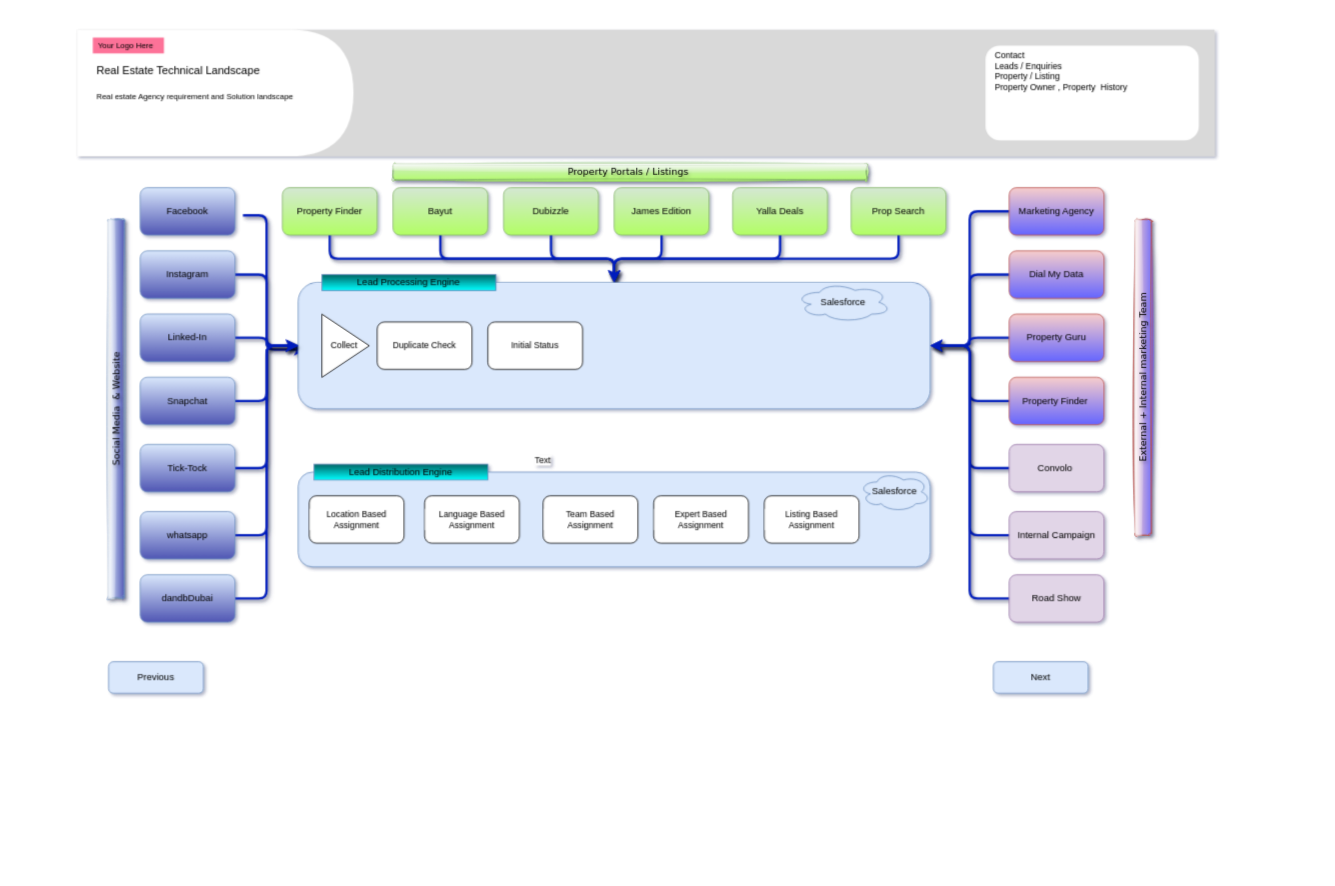
This is page "Overall Architecture" (10 of 22) of Real Estate Business.drawio from ybbhosale2023/Propertybase, a draw.io file, before an edit. Source tidied: cells renumbered, new cells numbered last; positions are measured from the earlier drawing's top-left corner, leaving out a move shared by most shapes. Both pictures are drawn from the tidied source at 79%, with x=0, y=0 at pixel (-73, 29).
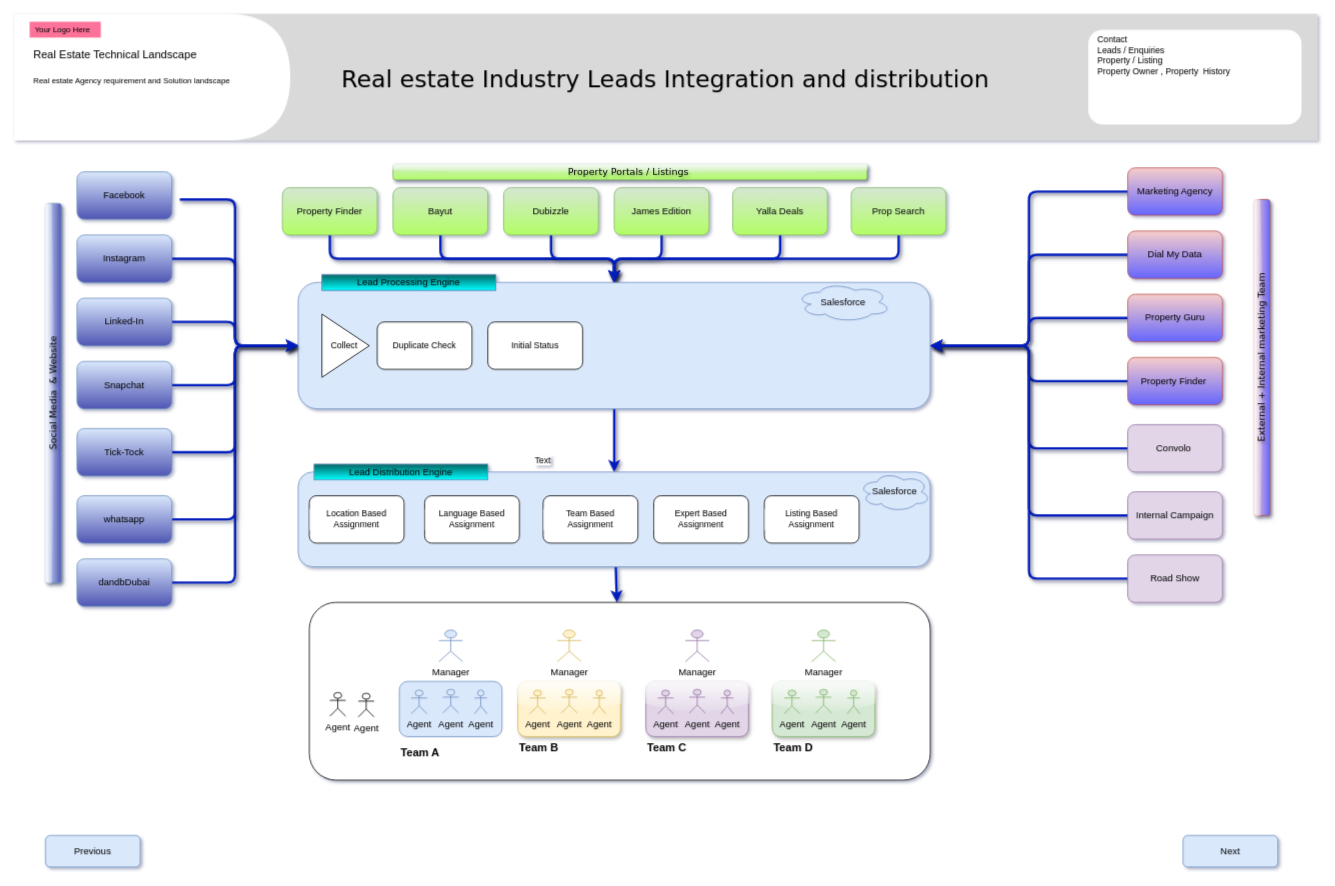
Above is the later version.

The change refers to these unchanged cells:
```xml
<mxCell id="39" style="rounded=1;whiteSpace=wrap;html=1;fillColor=#dae8fc;strokeColor=#6c8ebf;" parent="1" vertex="1">
  <mxGeometry x="470" y="320" width="800" height="160" as="geometry" />
</mxCell>
<mxCell id="40" style="rounded=1;whiteSpace=wrap;html=1;fillColor=#dae8fc;strokeColor=#6c8ebf;" parent="1" vertex="1">
  <mxGeometry x="470" y="560" width="800" height="120" as="geometry" />
</mxCell>
```

The edit, as a diff of the source:
```diff
@@
-    <mxCell id="2" style="strokeColor=none;fillColor=#d9d9d9;" parent="1" vertex="1">
-      <mxGeometry x="190" width="1440" height="160" as="geometry" />
+    <mxCell id="2" value="Real estate Industry Leads Integration and distribution" style="strokeColor=none;fillColor=#d9d9d9;fontFamily=Verdana;verticalAlign=middle;fontSize=30;" parent="1" vertex="1">
+      <mxGeometry x="110" y="-20" width="1650" height="160" as="geometry" />
     </mxCell>
@@
-    <mxCell id="7" style="edgeStyle=orthogonalEdgeStyle;rounded=1;orthogonalLoop=1;jettySize=auto;html=1;entryX=0;entryY=0.5;entryDx=0;entryDy=0;curved=0;strokeWidth=3;fillColor=#0050ef;strokeColor=#001DBC;flowAnimation=1;shadow=1;" parent="1" edge="1">
+    <mxCell id="7" style="edgeStyle=orthogonalEdgeStyle;rounded=1;jettySize=auto;html=1;entryX=0;entryY=0.5;entryDx=0;entryDy=0;curved=0;strokeWidth=3;fillColor=#0050ef;strokeColor=#001DBC;flowAnimation=1;shadow=1;" parent="1" edge="1" target="39">
       <mxGeometry relative="1" as="geometry">
-        <mxPoint x="400" y="235" as="sourcePoint" />
-        <mxPoint x="480" y="405" as="targetPoint" />
+        <mxPoint x="320" y="215" as="sourcePoint" />
         <Array as="points">
-          <mxPoint x="430" y="235" />
-          <mxPoint x="430" y="405" />
+          <mxPoint x="390" y="215" />
+          <mxPoint x="390" y="400" />
         </Array>
       </mxGeometry>
     </mxCell>
     <mxCell id="8" value="Facebook" style="rounded=1;whiteSpace=wrap;html=1;fillColor=#dae8fc;strokeColor=#6c8ebf;gradientColor=#5057b4;" parent="1" vertex="1">
-      <mxGeometry x="270" y="200" width="120" height="60" as="geometry" />
+      <mxGeometry x="190" y="180" width="120" height="60" as="geometry" />
     </mxCell>
@@
     <mxCell id="10" value="Instagram" style="rounded=1;whiteSpace=wrap;html=1;fillColor=#dae8fc;strokeColor=#6c8ebf;gradientColor=#5057b4;" parent="1" vertex="1">
-      <mxGeometry x="270" y="280" width="120" height="60" as="geometry" />
+      <mxGeometry x="190" y="260" width="120" height="60" as="geometry" />
     </mxCell>
-    <mxCell id="11" style="edgeStyle=orthogonalEdgeStyle;shape=connector;curved=0;rounded=1;jettySize=auto;html=1;shadow=1;strokeColor=#001DBC;strokeWidth=3;align=center;verticalAlign=middle;fontFamily=Helvetica;fontSize=11;fontColor=default;labelBackgroundColor=default;endArrow=classic;flowAnimation=1;fillColor=#0050ef;" parent="1" edge="1" source="12">
+    <mxCell id="11" style="edgeStyle=orthogonalEdgeStyle;shape=connector;curved=0;rounded=1;jettySize=auto;html=1;shadow=1;strokeColor=#001DBC;strokeWidth=3;align=center;verticalAlign=middle;fontFamily=Helvetica;fontSize=11;fontColor=default;labelBackgroundColor=default;endArrow=classic;flowAnimation=1;fillColor=#0050ef;entryX=0;entryY=0.5;entryDx=0;entryDy=0;" parent="1" edge="1" source="12" target="39">
       <mxGeometry relative="1" as="geometry">
-        <mxPoint x="470" y="400" as="targetPoint" />
+        <Array as="points">
+          <mxPoint x="390" y="370" />
+          <mxPoint x="390" y="400" />
+        </Array>
       </mxGeometry>
     </mxCell>
     <mxCell id="12" value="Linked-In" style="rounded=1;whiteSpace=wrap;html=1;fillColor=#dae8fc;strokeColor=#6c8ebf;gradientColor=#5057b4;" parent="1" vertex="1">
-      <mxGeometry x="270" y="360" width="120" height="60" as="geometry" />
+      <mxGeometry x="190" y="340" width="120" height="60" as="geometry" />
     </mxCell>
@@
     <mxCell id="14" value="Snapchat" style="rounded=1;whiteSpace=wrap;html=1;fillColor=#dae8fc;strokeColor=#6c8ebf;gradientColor=#5057b4;" parent="1" vertex="1">
-      <mxGeometry x="270" y="440" width="120" height="60" as="geometry" />
+      <mxGeometry x="190" y="420" width="120" height="60" as="geometry" />
     </mxCell>
@@
     <mxCell id="16" value="Tick-Tock" style="rounded=1;whiteSpace=wrap;html=1;fillColor=#dae8fc;strokeColor=#6c8ebf;gradientColor=#5057b4;" parent="1" vertex="1">
-      <mxGeometry x="270" y="525" width="120" height="60" as="geometry" />
+      <mxGeometry x="190" y="505" width="120" height="60" as="geometry" />
     </mxCell>
@@
     <mxCell id="30" value="Marketing Agency" style="rounded=1;whiteSpace=wrap;html=1;fillColor=#f8cecc;strokeColor=#b85450;gradientColor=#6666FF;" parent="1" vertex="1">
-      <mxGeometry x="1370" y="200" width="120" height="60" as="geometry" />
+      <mxGeometry x="1520" y="175" width="120" height="60" as="geometry" />
     </mxCell>
@@
     <mxCell id="32" value="Dial My Data" style="rounded=1;whiteSpace=wrap;html=1;fillColor=#f8cecc;strokeColor=#b85450;gradientColor=#6666FF;" parent="1" vertex="1">
-      <mxGeometry x="1370" y="280" width="120" height="60" as="geometry" />
+      <mxGeometry x="1520" y="255" width="120" height="60" as="geometry" />
     </mxCell>
@@
     <mxCell id="34" value="Property Guru" style="rounded=1;whiteSpace=wrap;html=1;fillColor=#f8cecc;strokeColor=#b85450;gradientColor=#6666FF;" parent="1" vertex="1">
-      <mxGeometry x="1370" y="360" width="120" height="60" as="geometry" />
+      <mxGeometry x="1520" y="335" width="120" height="60" as="geometry" />
     </mxCell>
@@
     <mxCell id="36" value="Property Finder&amp;nbsp;" style="rounded=1;whiteSpace=wrap;html=1;fillColor=#f8cecc;strokeColor=#b85450;gradientColor=#6666FF;" parent="1" vertex="1">
-      <mxGeometry x="1370" y="440" width="120" height="60" as="geometry" />
+      <mxGeometry x="1520" y="415" width="120" height="60" as="geometry" />
     </mxCell>
@@
     <mxCell id="38" value="Convolo&amp;nbsp;" style="rounded=1;whiteSpace=wrap;html=1;fillColor=#e1d5e7;strokeColor=#9673a6;" parent="1" vertex="1">
-      <mxGeometry x="1370" y="525" width="120" height="60" as="geometry" />
+      <mxGeometry x="1520" y="500" width="120" height="60" as="geometry" />
     </mxCell>
+    <mxCell id="68" style="edgeStyle=orthogonalEdgeStyle;rounded=1;jettySize=auto;html=1;entryX=0.5;entryY=0;entryDx=0;entryDy=0;shadow=1;strokeColor=#001DBC;strokeWidth=3;align=center;verticalAlign=middle;fontFamily=Helvetica;fontSize=11;fontColor=default;labelBackgroundColor=default;endArrow=classic;flowAnimation=1;curved=0;fillColor=#0050ef;" parent="1" edge="1" source="39" target="40">
+      <mxGeometry relative="1" as="geometry" />
+    </mxCell>
@@
+    <mxCell id="69" style="rounded=1;jettySize=auto;html=1;shadow=1;strokeColor=#001DBC;strokeWidth=3;align=center;verticalAlign=middle;fontFamily=Helvetica;fontSize=11;fontColor=default;labelBackgroundColor=default;endArrow=classic;flowAnimation=1;fillColor=#0050ef;" parent="1" edge="1" source="40" target="70">
+      <mxGeometry relative="1" as="geometry" />
+    </mxCell>
@@
     <mxCell id="47" value="Internal Campaign" style="rounded=1;whiteSpace=wrap;html=1;fillColor=#e1d5e7;strokeColor=#9673a6;" parent="1" vertex="1">
-      <mxGeometry x="1370" y="610" width="120" height="60" as="geometry" />
+      <mxGeometry x="1520" y="585" width="120" height="60" as="geometry" />
     </mxCell>
@@
     <mxCell id="49" value="whatsapp" style="rounded=1;whiteSpace=wrap;html=1;fillColor=#dae8fc;strokeColor=#6c8ebf;gradientColor=#5057b4;" parent="1" vertex="1">
-      <mxGeometry x="270" y="610" width="120" height="60" as="geometry" />
+      <mxGeometry x="190" y="590" width="120" height="60" as="geometry" />
     </mxCell>
@@
     <mxCell id="51" value="dandbDubai" style="rounded=1;whiteSpace=wrap;html=1;fillColor=#dae8fc;strokeColor=#6c8ebf;gradientColor=#5057b4;" parent="1" vertex="1">
-      <mxGeometry x="270" y="690" width="120" height="60" as="geometry" />
+      <mxGeometry x="190" y="670" width="120" height="60" as="geometry" />
     </mxCell>
@@
     <mxCell id="53" value="Road Show" style="rounded=1;whiteSpace=wrap;html=1;fillColor=#e1d5e7;strokeColor=#9673a6;" parent="1" vertex="1">
-      <mxGeometry x="1370" y="690" width="120" height="60" as="geometry" />
+      <mxGeometry x="1520" y="665" width="120" height="60" as="geometry" />
     </mxCell>
@@
-    <mxCell id="55" value="Social Media&amp;nbsp; &amp;amp; Website" style="rounded=1;whiteSpace=wrap;html=1;fillColor=#dae8fc;strokeColor=#6c8ebf;gradientColor=#5057b4;sketch=1;curveFitting=1;jiggle=2;shadow=1;glass=1;rotation=-90;textShadow=1;labelBorderColor=none;fontFamily=Verdana;" parent="1" vertex="1">
-      <mxGeometry y="470" width="480" height="20" as="geometry" />
+    <mxCell id="55" value="Social Media&amp;nbsp; &amp;amp; Website" style="rounded=1;whiteSpace=wrap;html=1;fillColor=#dae8fc;strokeColor=#6c8ebf;gradientColor=#5057b4;shadow=1;glass=1;rotation=-90;textShadow=1;labelBorderColor=none;fontFamily=Verdana;" parent="1" vertex="1">
+      <mxGeometry x="-80" y="450" width="480" height="20" as="geometry" />
     </mxCell>
-    <mxCell id="56" value="Property Portals / Listings&amp;nbsp;" style="rounded=1;whiteSpace=wrap;html=1;fillColor=#d5e8d4;strokeColor=#82b366;gradientColor=#B3FF66;textShadow=1;labelBorderColor=none;fontFamily=Verdana;glass=1;sketch=1;curveFitting=1;jiggle=2;shadow=1;" parent="1" vertex="1">
+    <mxCell id="56" value="Property Portals / Listings&amp;nbsp;" style="rounded=1;whiteSpace=wrap;html=1;fillColor=#d5e8d4;strokeColor=#82b366;gradientColor=#B3FF66;textShadow=1;labelBorderColor=none;fontFamily=Verdana;glass=1;shadow=1;" parent="1" vertex="1">
       <mxGeometry x="590" y="170" width="600" height="20" as="geometry" />
     </mxCell>
-    <mxCell id="57" value="External + Internal marketing Team" style="rounded=1;whiteSpace=wrap;html=1;fillColor=#f8cecc;strokeColor=#b85450;gradientColor=#6666FF;rotation=-90;textShadow=1;labelBorderColor=none;fontFamily=Verdana;glass=1;sketch=1;curveFitting=1;jiggle=2;shadow=1;" parent="1" vertex="1">
-      <mxGeometry x="1340" y="430" width="400" height="20" as="geometry" />
+    <mxCell id="57" value="External + Internal marketing Team" style="rounded=1;whiteSpace=wrap;html=1;fillColor=#f8cecc;strokeColor=#b85450;gradientColor=#6666FF;rotation=-90;textShadow=1;labelBorderColor=none;fontFamily=Verdana;glass=1;shadow=1;" parent="1" vertex="1">
+      <mxGeometry x="1490" y="405" width="400" height="20" as="geometry" />
     </mxCell>
@@
     <mxCell id="66" value="Next" style="rounded=1;whiteSpace=wrap;html=1;fillColor=#dae8fc;strokeColor=#6c8ebf;" parent="1" vertex="1">
-      <mxGeometry x="1350" y="800" width="120" height="40" as="geometry" />
+      <mxGeometry x="1590" y="1020" width="120" height="40" as="geometry" />
     </mxCell>
     <mxCell id="67" value="Previous" style="rounded=1;whiteSpace=wrap;html=1;fillColor=#dae8fc;strokeColor=#6c8ebf;" parent="1" vertex="1">
-      <mxGeometry x="230" y="800" width="120" height="40" as="geometry" />
+      <mxGeometry x="150" y="1020" width="120" height="40" as="geometry" />
     </mxCell>
+    <mxCell id="70" style="rounded=1;whiteSpace=wrap;html=1;" parent="1" vertex="1">
+      <mxGeometry x="484" y="725" width="786" height="225" as="geometry" />
+    </mxCell>
+    <mxCell id="71" value="Manager" style="shape=umlActor;verticalLabelPosition=bottom;verticalAlign=top;html=1;fillColor=#dae8fc;strokeColor=#6c8ebf;flipH=1;" parent="1" vertex="1">
+      <mxGeometry x="648" y="760" width="30" height="40" as="geometry" />
+    </mxCell>
+    <mxCell id="72" value="Agent" style="shape=umlActor;verticalLabelPosition=bottom;verticalAlign=top;html=1;" parent="1" vertex="1">
+      <mxGeometry x="510" y="839" width="20" height="30" as="geometry" />
+    </mxCell>
+    <mxCell id="73" value="Agent" style="shape=umlActor;verticalLabelPosition=bottom;verticalAlign=top;html=1;" parent="1" vertex="1">
+      <mxGeometry x="546" y="840" width="20" height="30" as="geometry" />
+    </mxCell>
+    <mxCell id="74" value="&lt;h2 style=&quot;text-align: justify;&quot;&gt;&lt;br&gt;&lt;/h2&gt;&lt;h2 style=&quot;text-align: justify;&quot;&gt;&lt;br&gt;&lt;/h2&gt;&lt;h2 style=&quot;text-align: justify;&quot;&gt;&lt;br&gt;&lt;/h2&gt;&lt;h3 style=&quot;text-align: justify;&quot;&gt;Team A&lt;/h3&gt;" style="rounded=1;whiteSpace=wrap;html=1;align=left;fillColor=#dae8fc;strokeColor=#6c8ebf;" parent="1" vertex="1">
+      <mxGeometry x="598" y="825" width="130" height="70" as="geometry" />
+    </mxCell>
+    <mxCell id="75" value="Agent" style="shape=umlActor;verticalLabelPosition=bottom;verticalAlign=top;html=1;fillColor=#dae8fc;strokeColor=#6c8ebf;" parent="1" vertex="1">
+      <mxGeometry x="613" y="836" width="20" height="30" as="geometry" />
+    </mxCell>
+    <mxCell id="76" value="Agent" style="shape=umlActor;verticalLabelPosition=bottom;verticalAlign=top;html=1;fillColor=#dae8fc;strokeColor=#6c8ebf;" parent="1" vertex="1">
+      <mxGeometry x="653" y="835" width="20" height="30" as="geometry" />
+    </mxCell>
+    <mxCell id="77" value="Agent" style="shape=umlActor;verticalLabelPosition=bottom;verticalAlign=top;html=1;fillColor=#dae8fc;strokeColor=#6c8ebf;" parent="1" vertex="1">
+      <mxGeometry x="693" y="836" width="16" height="30" as="geometry" />
+    </mxCell>
+    <mxCell id="78" value="Manager" style="shape=umlActor;verticalLabelPosition=bottom;verticalAlign=top;html=1;fillColor=#fff2cc;strokeColor=#d6b656;flipH=1;" parent="1" vertex="1">
+      <mxGeometry x="798" y="760" width="30" height="40" as="geometry" />
+    </mxCell>
+    <mxCell id="79" value="&lt;h2&gt;&lt;br&gt;&lt;br&gt;&lt;br&gt;&lt;/h2&gt;&lt;h3&gt;&lt;br&gt;Team B&lt;/h3&gt;" style="rounded=1;glass=1;shadow=1;html=1;whiteSpace=wrap;labelBorderColor=none;align=left;fillColor=#fff2cc;strokeColor=#d6b656;" parent="1" vertex="1">
+      <mxGeometry x="748" y="825" width="130" height="70" as="geometry" />
+    </mxCell>
+    <mxCell id="80" value="Agent" style="shape=umlActor;verticalLabelPosition=bottom;verticalAlign=top;html=1;fillColor=#fff2cc;strokeColor=#d6b656;" parent="1" vertex="1">
+      <mxGeometry x="763" y="836" width="20" height="30" as="geometry" />
+    </mxCell>
+    <mxCell id="81" value="Agent" style="shape=umlActor;verticalLabelPosition=bottom;verticalAlign=top;html=1;fillColor=#fff2cc;strokeColor=#d6b656;" parent="1" vertex="1">
+      <mxGeometry x="803" y="835" width="20" height="30" as="geometry" />
+    </mxCell>
+    <mxCell id="82" value="Agent" style="shape=umlActor;verticalLabelPosition=bottom;verticalAlign=top;html=1;fillColor=#fff2cc;strokeColor=#d6b656;" parent="1" vertex="1">
+      <mxGeometry x="843" y="836" width="16" height="30" as="geometry" />
+    </mxCell>
+    <mxCell id="83" value="Manager" style="shape=umlActor;verticalLabelPosition=bottom;verticalAlign=top;html=1;fillColor=#e1d5e7;strokeColor=#9673a6;flipH=1;" parent="1" vertex="1">
+      <mxGeometry x="960" y="760" width="30" height="40" as="geometry" />
+    </mxCell>
+    <mxCell id="84" value="&lt;h2&gt;&lt;br&gt;&lt;br&gt;&lt;br&gt;&lt;/h2&gt;&lt;h3&gt;&lt;br&gt;Team C&lt;/h3&gt;" style="rounded=1;glass=1;shadow=1;html=1;whiteSpace=wrap;labelBorderColor=none;align=left;fillColor=#e1d5e7;strokeColor=#9673a6;" parent="1" vertex="1">
+      <mxGeometry x="910" y="825" width="130" height="70" as="geometry" />
+    </mxCell>
+    <mxCell id="85" value="Agent" style="shape=umlActor;verticalLabelPosition=bottom;verticalAlign=top;html=1;fillColor=#e1d5e7;strokeColor=#9673a6;" parent="1" vertex="1">
+      <mxGeometry x="925" y="836" width="20" height="30" as="geometry" />
+    </mxCell>
+    <mxCell id="86" value="Agent" style="shape=umlActor;verticalLabelPosition=bottom;verticalAlign=top;html=1;fillColor=#e1d5e7;strokeColor=#9673a6;" parent="1" vertex="1">
+      <mxGeometry x="965" y="835" width="20" height="30" as="geometry" />
+    </mxCell>
+    <mxCell id="87" value="Agent" style="shape=umlActor;verticalLabelPosition=bottom;verticalAlign=top;html=1;fillColor=#e1d5e7;strokeColor=#9673a6;" parent="1" vertex="1">
+      <mxGeometry x="1005" y="836" width="16" height="30" as="geometry" />
+    </mxCell>
+    <mxCell id="88" value="Manager" style="shape=umlActor;verticalLabelPosition=bottom;verticalAlign=top;html=1;fillColor=#d5e8d4;strokeColor=#82b366;flipH=1;" parent="1" vertex="1">
+      <mxGeometry x="1120" y="760" width="30" height="40" as="geometry" />
+    </mxCell>
+    <mxCell id="89" value="&lt;h2&gt;&lt;br&gt;&lt;br&gt;&lt;br&gt;&lt;/h2&gt;&lt;h3&gt;&lt;br&gt;Team D&lt;/h3&gt;" style="rounded=1;glass=1;shadow=1;html=1;whiteSpace=wrap;labelBorderColor=none;align=left;fillColor=#d5e8d4;strokeColor=#82b366;" parent="1" vertex="1">
+      <mxGeometry x="1070" y="825" width="130" height="70" as="geometry" />
+    </mxCell>
+    <mxCell id="90" value="Agent" style="shape=umlActor;verticalLabelPosition=bottom;verticalAlign=top;html=1;fillColor=#d5e8d4;strokeColor=#82b366;" parent="1" vertex="1">
+      <mxGeometry x="1085" y="836" width="20" height="30" as="geometry" />
+    </mxCell>
+    <mxCell id="91" value="Agent" style="shape=umlActor;verticalLabelPosition=bottom;verticalAlign=top;html=1;fillColor=#d5e8d4;strokeColor=#82b366;" parent="1" vertex="1">
+      <mxGeometry x="1125" y="835" width="20" height="30" as="geometry" />
+    </mxCell>
+    <mxCell id="92" value="Agent" style="shape=umlActor;verticalLabelPosition=bottom;verticalAlign=top;html=1;fillColor=#d5e8d4;strokeColor=#82b366;" parent="1" vertex="1">
+      <mxGeometry x="1165" y="836" width="16" height="30" as="geometry" />
+    </mxCell>
```
